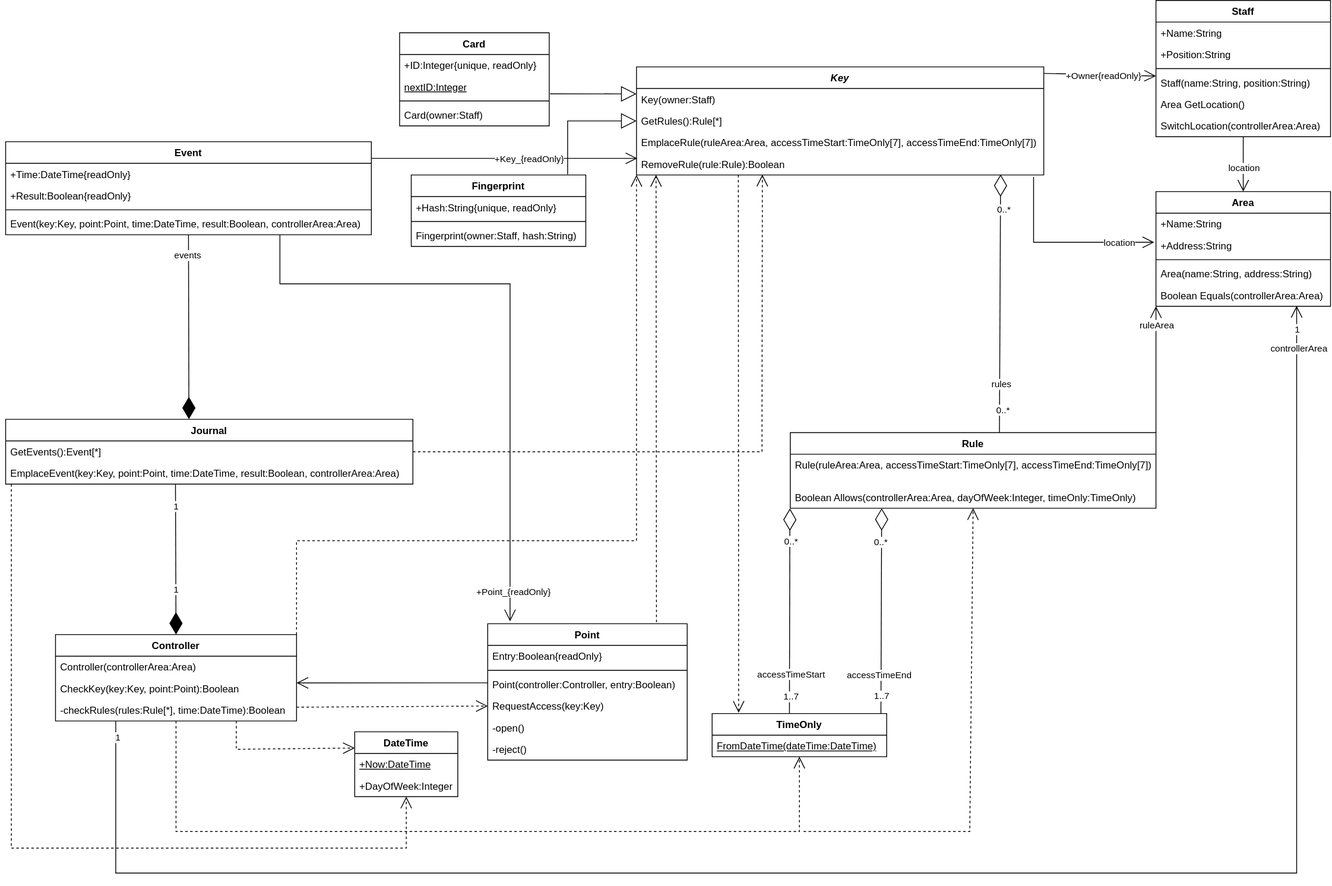
The draw.io diagram lab2/diagrams/skud-classes-diagram.svg in akshin-kuvshin/ooad, before a commit. Source tidied: cells renumbered, new cells last; positions are measured from the earlier drawing's top-left corner, leaving out a move shared by most shapes.
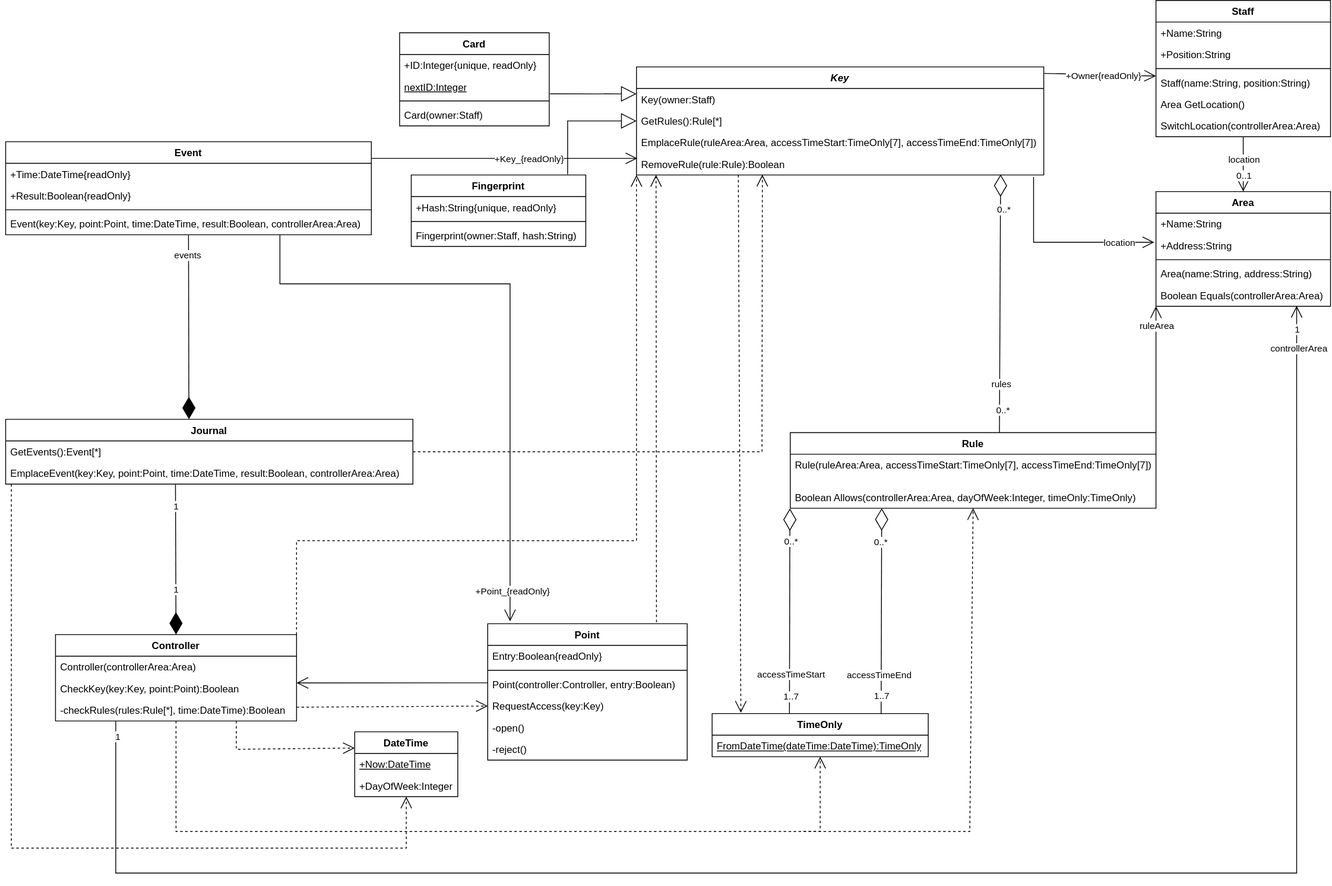
Later version of the same file.

Change to the diagram source:
```diff
@@ -23,7 +23,7 @@
     <mxCell id="8" value="SwitchLocation(controllerArea:Area)" style="text;strokeColor=none;fillColor=none;align=left;verticalAlign=top;spacingLeft=4;spacingRight=4;overflow=hidden;whiteSpace=wrap;html=1;" parent="2" vertex="1">
       <mxGeometry y="138" width="210" height="26" as="geometry" />
     </mxCell>
-    <mxCell id="9" value="&lt;i&gt;Key&lt;/i&gt;" style="swimlane;fontStyle=1;align=center;verticalAlign=top;horizontal=1;startSize=26;whiteSpace=wrap;html=1;" parent="1" vertex="1">
+    <mxCell id="9" value="&lt;i style=&quot;background-color: light-dark(#ffffff, var(--ge-dark-color, #121212));&quot;&gt;Key&lt;/i&gt;" style="swimlane;fontStyle=1;align=center;verticalAlign=top;horizontal=1;startSize=26;whiteSpace=wrap;html=1;" parent="1" vertex="1">
       <mxGeometry x="759" y="80" width="490" height="130" as="geometry" />
     </mxCell>
     <mxCell id="10" value="Key(owner:Staff)" style="text;strokeColor=none;fillColor=none;align=left;verticalAlign=top;spacingLeft=4;spacingRight=4;overflow=hidden;whiteSpace=wrap;html=1;" parent="9" vertex="1">
@@ -159,10 +159,10 @@
       <mxGeometry y="52" width="124" height="26" as="geometry" />
     </mxCell>
     <mxCell id="54" value="TimeOnly" style="swimlane;fontStyle=1;align=center;verticalAlign=top;horizontal=1;startSize=26;whiteSpace=wrap;html=1;" parent="1" vertex="1">
-      <mxGeometry x="850" y="858" width="210" height="52" as="geometry" />
+      <mxGeometry x="850" y="858" width="260" height="52" as="geometry" />
     </mxCell>
-    <mxCell id="55" value="&lt;u&gt;FromDateTime(dateTime:DateTime)&lt;/u&gt;" style="text;strokeColor=none;fillColor=none;align=left;verticalAlign=top;spacingLeft=4;spacingRight=4;overflow=hidden;whiteSpace=wrap;html=1;" parent="54" vertex="1">
-      <mxGeometry y="26" width="210" height="26" as="geometry" />
+    <mxCell id="55" value="&lt;u&gt;FromDateTime(dateTime:DateTime):TimeOnly&lt;/u&gt;" style="text;strokeColor=none;fillColor=none;align=left;verticalAlign=top;spacingLeft=4;spacingRight=4;overflow=hidden;whiteSpace=wrap;html=1;" parent="54" vertex="1">
+      <mxGeometry y="26" width="260" height="26" as="geometry" />
     </mxCell>
     <mxCell id="56" style="endArrow=block;endSize=16;endFill=0;html=1;rounded=0;defaultLabelBackgroundColor=page;entryX=0;entryY=0.25;entryDx=0;entryDy=0;exitX=1.006;exitY=0.821;exitDx=0;exitDy=0;exitPerimeter=0;" parent="1" edge="1" source="16" target="9">
       <mxGeometry relative="1" as="geometry" />
@@ -285,7 +285,7 @@
         <mxPoint y="18" as="offset" />
       </mxGeometry>
     </mxCell>
-    <mxCell id="80" style="endArrow=diamondThin;endFill=0;endSize=24;html=1;rounded=0;defaultLabelBackgroundColor=page;exitX=0.967;exitY=0.004;exitDx=0;exitDy=0;entryX=0.25;entryY=1;entryDx=0;entryDy=0;exitPerimeter=0;" parent="1" edge="1" source="54" target="23">
+    <mxCell id="80" style="endArrow=diamondThin;endFill=0;endSize=24;html=1;rounded=0;defaultLabelBackgroundColor=page;exitX=0.782;exitY=0.012;exitDx=0;exitDy=0;entryX=0.25;entryY=1;entryDx=0;entryDy=0;exitPerimeter=0;" parent="1" edge="1" source="54" target="23">
       <mxGeometry relative="1" as="geometry" />
     </mxCell>
     <mxCell id="81" value="0..*" style="edgeLabel;html=1;align=center;verticalAlign=middle;inheritText=1;defaultLabelBackgroundColor=page;" parent="80" vertex="1">
@@ -312,7 +312,7 @@
     <mxCell id="86" style="endArrow=open;endSize=12;dashed=1;html=1;rounded=0;defaultLabelBackgroundColor=page;entryX=0.048;entryY=1;entryDx=0;entryDy=0;entryPerimeter=0;exitX=0.846;exitY=-0.012;exitDx=0;exitDy=0;exitPerimeter=0;" parent="1" edge="1" source="32" target="13">
       <mxGeometry relative="1" as="geometry" />
     </mxCell>
-    <mxCell id="87" style="endArrow=open;endSize=12;dashed=1;html=1;rounded=0;defaultLabelBackgroundColor=page;exitX=0.25;exitY=1;exitDx=0;exitDy=0;entryX=0.152;entryY=-0.019;entryDx=0;entryDy=0;entryPerimeter=0;" parent="1" edge="1" source="9" target="54">
+    <mxCell id="87" style="endArrow=open;endSize=12;dashed=1;html=1;rounded=0;defaultLabelBackgroundColor=page;exitX=0.25;exitY=1;exitDx=0;exitDy=0;entryX=0.133;entryY=-0.018;entryDx=0;entryDy=0;entryPerimeter=0;" parent="1" edge="1" source="9" target="54">
       <mxGeometry relative="1" as="geometry" />
     </mxCell>
     <mxCell id="88" style="endArrow=open;endSize=12;dashed=1;html=1;rounded=0;defaultLabelBackgroundColor=page;entryX=0;entryY=1;entryDx=0;entryDy=0;exitX=1;exitY=0;exitDx=0;exitDy=0;" parent="1" edge="1" source="39" target="9">
@@ -334,10 +334,10 @@
       <mxGeometry relative="1" as="geometry" />
     </mxCell>
     <mxCell id="91" style="endArrow=open;endSize=12;dashed=1;html=1;rounded=0;defaultLabelBackgroundColor=page;exitX=0.5;exitY=1;exitDx=0;exitDy=0;entryX=0.5;entryY=1;entryDx=0;entryDy=0;" parent="1" edge="1" source="39" target="54">
-      <mxGeometry x="-0.04" relative="1" as="geometry">
+      <mxGeometry x="-0.06" relative="1" as="geometry">
         <Array as="points">
           <mxPoint x="205" y="1000" />
-          <mxPoint x="955" y="1000" />
+          <mxPoint x="980" y="1000" />
         </Array>
       </mxGeometry>
     </mxCell>
@@ -387,8 +387,13 @@
     </mxCell>
     <mxCell id="100" value="location" style="edgeLabel;html=1;align=center;verticalAlign=middle;inheritText=1;defaultLabelBackgroundColor=page;" parent="99" vertex="1">
       <mxGeometry x="-0.08" relative="1" as="geometry">
-        <mxPoint y="7" as="offset" />
+        <mxPoint y="-3" as="offset" />
       </mxGeometry>
     </mxCell>
+    <mxCell id="101" value="0..1" style="edgeLabel;html=1;align=center;verticalAlign=middle;inheritText=1;defaultLabelBackgroundColor=page;" parent="99" vertex="1">
+      <mxGeometry x="0.39" y="1" relative="1" as="geometry">
+        <mxPoint x="-1" as="offset" />
+      </mxGeometry>
+    </mxCell>
   </root>
 </mxGraphModel>
```
